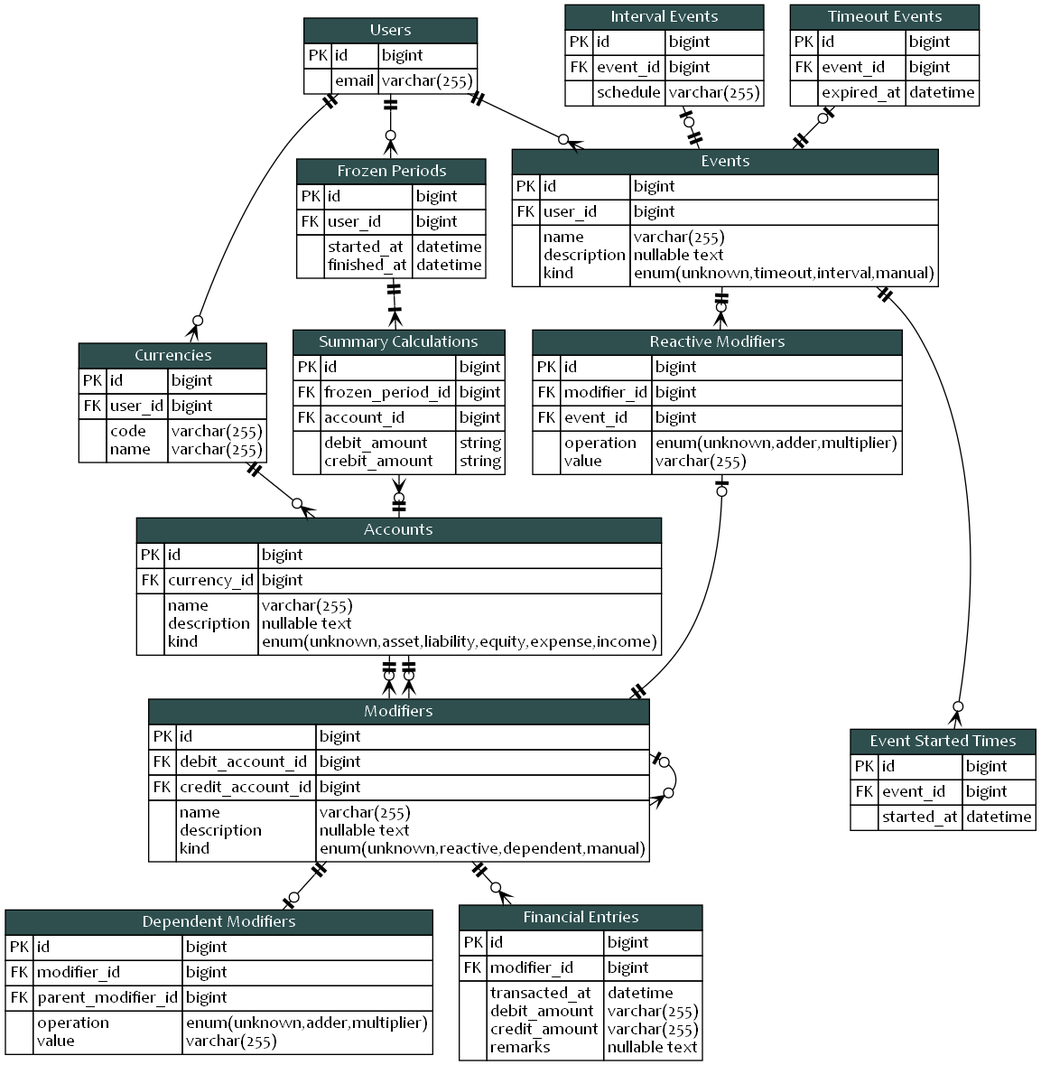
Earlier version of the Graphviz export blueprint/erd.png (KennethTrecy/peratorakka_server). Its source is kept beside it as blueprint/erd.dot.
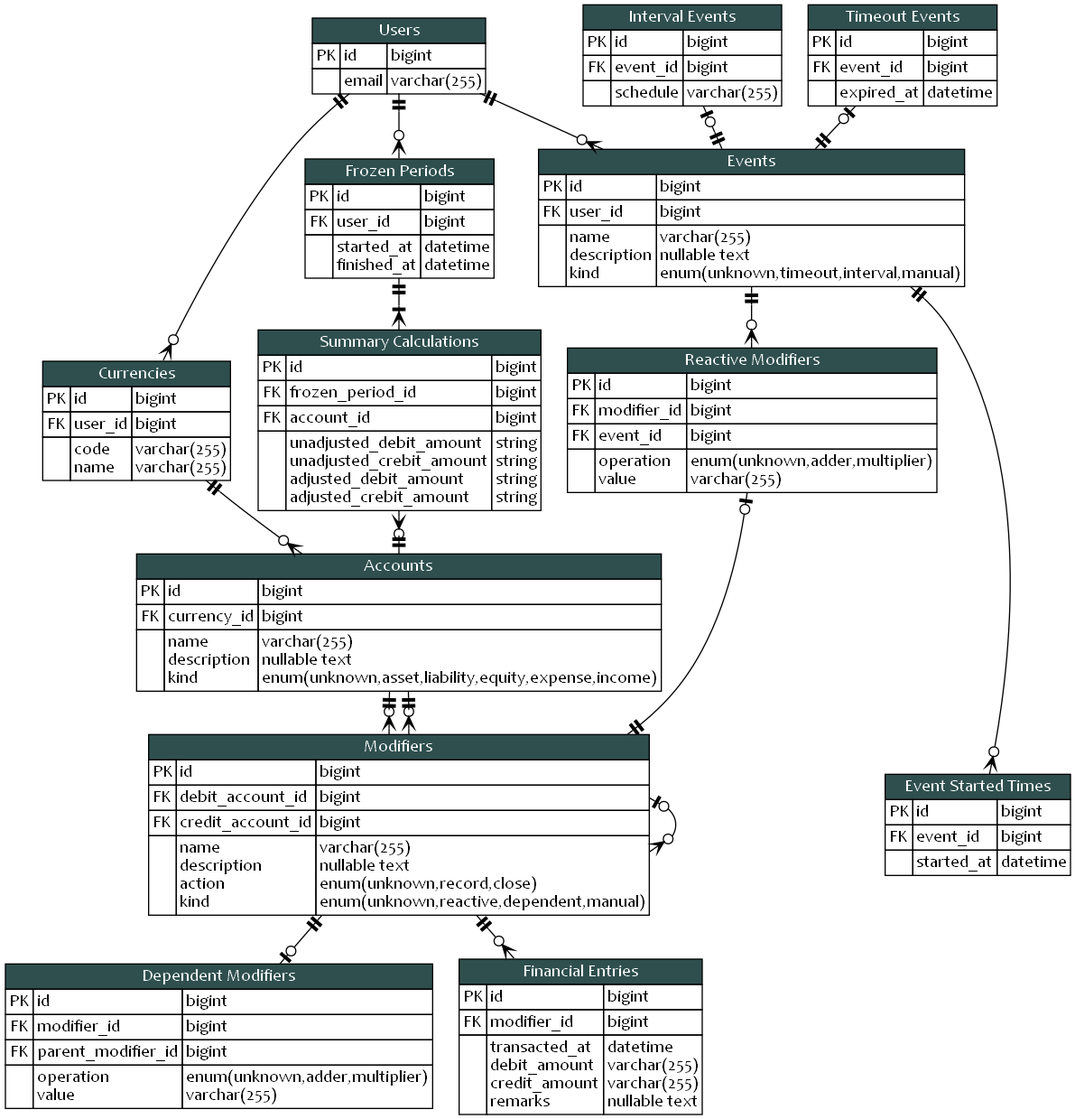
The same file after the commit.

Commit message:
docs(blueprint): update ERD

Diff of the diagram source:
```diff
@@ -265,11 +265,13 @@
 					<td align="left">
 						name<br align="left"/>
 						description<br align="left"/>
+						action<br align="left"/>
 						kind<br align="left"/>
 					</td>
 					<td align="left">
 						varchar(255)<br align="left"/>
 						nullable text<br align="left"/>
+						enum(unknown,record,close)<br align="left"/>
 						enum(unknown,reactive,dependent,manual)<br align="left"/>
 					</td>
 				</tr>
@@ -454,10 +456,14 @@
 				<tr>
 					<td></td>
 					<td align="left">
-						debit_amount<br align="left"/>
-						crebit_amount<br align="left"/>
+						unadjusted_debit_amount<br align="left"/>
+						unadjusted_crebit_amount<br align="left"/>
+						adjusted_debit_amount<br align="left"/>
+						adjusted_crebit_amount<br align="left"/>
 					</td>
 					<td align="left">
+						string<br align="left"/>
+						string<br align="left"/>
 						string<br align="left"/>
 						string<br align="left"/>
 					</td>
```
